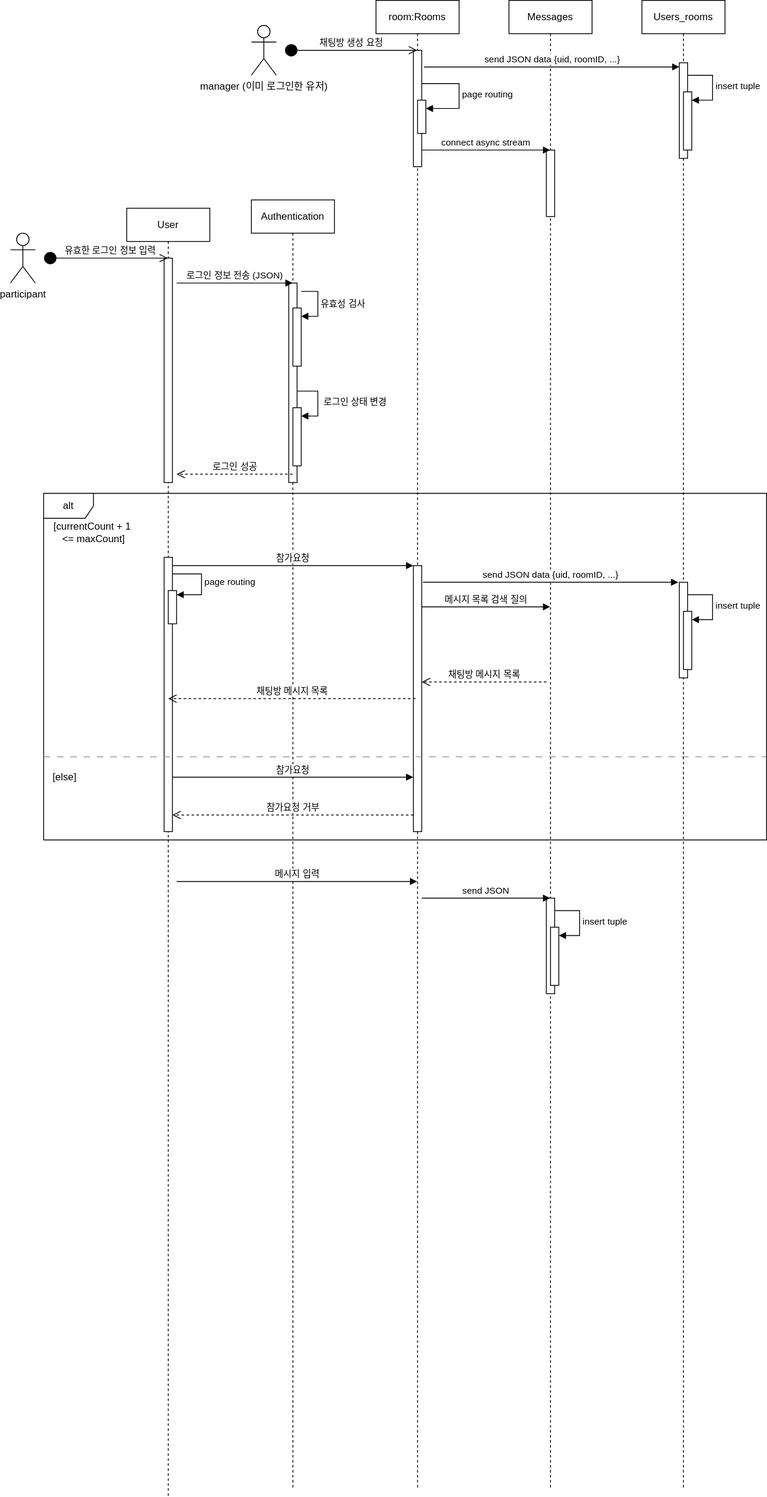
Above: diagrams/sequence_diagram.drawio.svg in RGB234/meeting_app (draw.io), before the change. Source tidied: cells renumbered, new cells last; positions are measured from the earlier drawing's top-left corner, leaving out a move shared by most shapes.
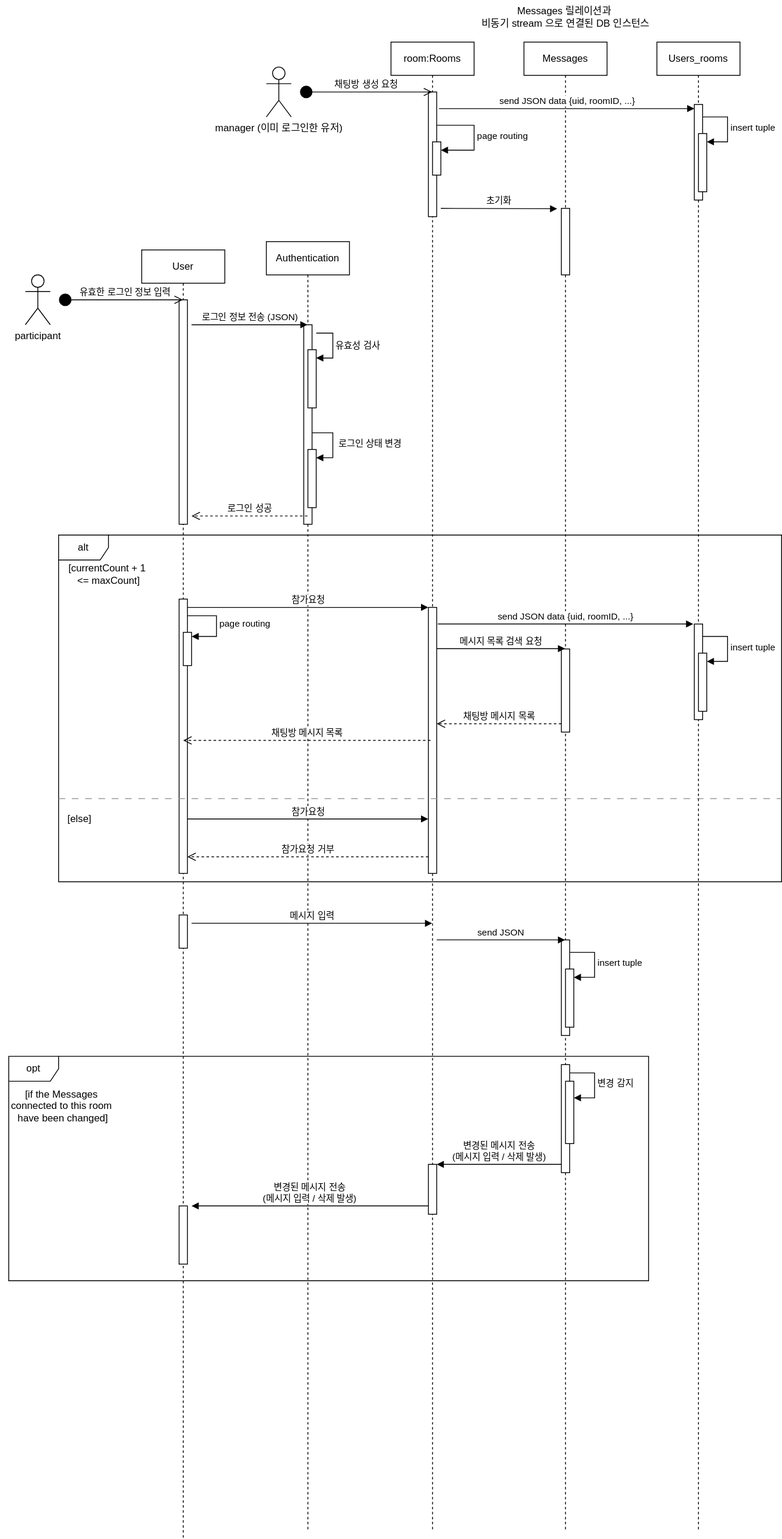
After the commit.

What changed in the source:
```diff
@@ -11,6 +11,9 @@
     <mxCell id="4" style="html=1;perimeter=orthogonalPerimeter;targetShapes=umlLifeline;newEdgeStyle={&quot;curved&quot;:0,&quot;rounded&quot;:0};" parent="2" vertex="1">
       <mxGeometry x="45" y="60" width="10" height="270" as="geometry" />
     </mxCell>
+    <mxCell id="51" style="html=1;perimeter=orthogonalPerimeter;targetShapes=umlLifeline;newEdgeStyle={&quot;curved&quot;:0,&quot;rounded&quot;:0};" parent="2" vertex="1">
+      <mxGeometry x="45" y="800" width="10" height="40" as="geometry" />
+    </mxCell>
     <mxCell id="5" value="유효한 로그인 정보 입력" style="html=1;verticalAlign=bottom;startArrow=circle;startFill=1;endArrow=open;startSize=6;endSize=8;curved=0;rounded=0;" parent="1" edge="1" target="2">
       <mxGeometry x="0.07" relative="1" as="geometry">
         <mxPoint x="40" y="310" as="sourcePoint" />
@@ -62,7 +65,7 @@
       <mxGeometry x="45" y="680" width="10" height="320" as="geometry" />
     </mxCell>
     <mxCell id="16" style="html=1;perimeter=orthogonalPerimeter;targetShapes=umlLifeline;newEdgeStyle={&quot;curved&quot;:0,&quot;rounded&quot;:0};" parent="14" vertex="1">
-      <mxGeometry x="45" y="60" width="10" height="140" as="geometry" />
+      <mxGeometry x="45" y="60" width="10" height="150" as="geometry" />
     </mxCell>
     <mxCell id="17" style="html=1;points=[[0,0,0,0,5],[0,1,0,0,-5],[1,0,0,0,5],[1,1,0,0,-5]];perimeter=orthogonalPerimeter;outlineConnect=0;targetShapes=umlLifeline;portConstraint=eastwest;newEdgeStyle={&quot;curved&quot;:0,&quot;rounded&quot;:0};" parent="14" vertex="1">
       <mxGeometry x="50" y="120" width="10" height="40" as="geometry" />
@@ -91,9 +94,6 @@
     <mxCell id="21" value="Messages" style="shape=umlLifeline;perimeter=lifelinePerimeter;whiteSpace=wrap;html=1;outlineConnect=0;portConstraint=eastwest;newEdgeStyle={&quot;curved&quot;:0,&quot;rounded&quot;:0};" parent="1" vertex="1">
       <mxGeometry x="600" width="100" height="1790" as="geometry" />
     </mxCell>
-    <mxCell id="22" style="html=1;perimeter=orthogonalPerimeter;targetShapes=umlLifeline;newEdgeStyle={&quot;curved&quot;:0,&quot;rounded&quot;:0};" parent="21" vertex="1">
-      <mxGeometry x="45" y="180" width="10" height="80" as="geometry" />
-    </mxCell>
     <mxCell id="23" style="html=1;perimeter=orthogonalPerimeter;targetShapes=umlLifeline;newEdgeStyle={&quot;curved&quot;:0,&quot;rounded&quot;:0};" parent="21" vertex="1">
       <mxGeometry x="45" y="1080" width="10" height="115" as="geometry" />
     </mxCell>
@@ -108,12 +108,12 @@
         </Array>
       </mxGeometry>
     </mxCell>
-    <mxCell id="26" value="connect async stream" style="html=1;verticalAlign=bottom;endArrow=block;curved=0;rounded=0;" parent="1" edge="1">
-      <mxGeometry relative="1" as="geometry">
-        <mxPoint x="495" y="180" as="sourcePoint" />
-        <mxPoint x="649.5" y="180" as="targetPoint" />
-      </mxGeometry>
-    </mxCell>
+    <mxCell id="52" style="html=1;perimeter=orthogonalPerimeter;targetShapes=umlLifeline;newEdgeStyle={&quot;curved&quot;:0,&quot;rounded&quot;:0};" parent="21" vertex="1">
+      <mxGeometry x="45" y="730" width="10" height="100" as="geometry" />
+    </mxCell>
+    <mxCell id="53" style="html=1;perimeter=orthogonalPerimeter;targetShapes=umlLifeline;newEdgeStyle={&quot;curved&quot;:0,&quot;rounded&quot;:0};" parent="21" vertex="1">
+      <mxGeometry x="45" y="200" width="10" height="80" as="geometry" />
+    </mxCell>
     <mxCell id="27" value="채팅방 메시지 목록" style="html=1;verticalAlign=bottom;endArrow=open;dashed=1;endSize=8;curved=0;rounded=0;" parent="1" edge="1">
       <mxGeometry relative="1" as="geometry">
         <mxPoint x="645" y="820" as="sourcePoint" />
@@ -222,14 +222,57 @@
         <mxPoint x="803.6" y="700" as="targetPoint" />
       </mxGeometry>
     </mxCell>
-    <mxCell id="50" value="메시지 목록 검색 질의" style="html=1;verticalAlign=bottom;endArrow=block;curved=0;rounded=0;" parent="1" edge="1">
+    <mxCell id="50" value="메시지 목록 검색 요청" style="html=1;verticalAlign=bottom;endArrow=block;curved=0;rounded=0;" parent="1" edge="1">
       <mxGeometry relative="1" as="geometry">
         <mxPoint x="495" y="729.6" as="sourcePoint" />
         <mxPoint x="649.5" y="729.6" as="targetPoint" />
-        <Array as="points">
-          <mxPoint x="600" y="729.6" />
-        </Array>
       </mxGeometry>
     </mxCell>
+    <mxCell id="54" value="opt" style="shape=umlFrame;whiteSpace=wrap;html=1;" parent="1" vertex="1">
+      <mxGeometry x="-20" y="1220" width="770" height="270" as="geometry" />
+    </mxCell>
+    <mxCell id="55" value="[if the Messages&amp;nbsp;&lt;div&gt;connected to this room&amp;nbsp;&lt;div&gt;have been changed&lt;span style=&quot;background-color: initial;&quot;&gt;]&lt;/span&gt;&lt;/div&gt;&lt;/div&gt;" style="text;html=1;align=center;verticalAlign=middle;strokeColor=none;fillColor=none;" parent="1" vertex="1">
+      <mxGeometry x="-30" y="1250" width="150" height="60" as="geometry" />
+    </mxCell>
+    <mxCell id="56" value="변경된 메시지 전송&lt;div&gt;(메시지 입력 / 삭제 발생)&lt;/div&gt;" style="html=1;verticalAlign=bottom;endArrow=block;curved=0;rounded=0;" parent="1" edge="1" target="63">
+      <mxGeometry relative="1" as="geometry">
+        <mxPoint x="645" y="1350" as="sourcePoint" />
+      </mxGeometry>
+    </mxCell>
+    <mxCell id="57" style="html=1;perimeter=orthogonalPerimeter;targetShapes=umlLifeline;newEdgeStyle={&quot;curved&quot;:0,&quot;rounded&quot;:0};" parent="1" vertex="1">
+      <mxGeometry x="645" y="1230" width="10" height="130" as="geometry" />
+    </mxCell>
+    <mxCell id="58" style="html=1;perimeter=orthogonalPerimeter;targetShapes=umlLifeline;newEdgeStyle={&quot;curved&quot;:0,&quot;rounded&quot;:0};" parent="1" vertex="1">
+      <mxGeometry x="650" y="1250" width="10" height="75" as="geometry" />
+    </mxCell>
+    <mxCell id="59" value="변경 감지" style="html=1;align=left;spacingLeft=2;endArrow=block;rounded=0;edgeStyle=orthogonalEdgeStyle;curved=0;rounded=0;" parent="1" edge="1">
+      <mxGeometry relative="1" as="geometry">
+        <mxPoint x="655" y="1240" as="sourcePoint" />
+        <mxPoint x="660" y="1270" as="targetPoint" />
+        <Array as="points">
+          <mxPoint x="685" y="1270" />
+        </Array>
+      </mxGeometry>
+    </mxCell>
+    <mxCell id="60" value="Messages 릴레이션과&amp;nbsp;&lt;div&gt;비동기 stream 으로 연결된&amp;nbsp;&lt;span style=&quot;background-color: initial;&quot;&gt;DB 인스턴스&lt;/span&gt;&lt;/div&gt;" style="text;html=1;align=center;verticalAlign=middle;strokeColor=none;fillColor=none;" parent="1" vertex="1">
+      <mxGeometry x="530" y="-50" width="240" height="40" as="geometry" />
+    </mxCell>
+    <mxCell id="61" value="초기화" style="html=1;verticalAlign=bottom;endArrow=block;curved=0;rounded=0;entryX=0.4;entryY=0.112;entryDx=0;entryDy=0;entryPerimeter=0;" parent="1" edge="1" target="21">
+      <mxGeometry relative="1" as="geometry">
+        <mxPoint x="500" y="200" as="sourcePoint" />
+      </mxGeometry>
+    </mxCell>
+    <mxCell id="62" value="변경된 메시지 전송&lt;div&gt;(메시지 입력 / 삭제 발생)&lt;/div&gt;" style="html=1;verticalAlign=bottom;endArrow=block;curved=0;rounded=0;" parent="1" edge="1">
+      <mxGeometry relative="1" as="geometry">
+        <mxPoint x="485" y="1400" as="sourcePoint" />
+        <mxPoint x="200" y="1400" as="targetPoint" />
+      </mxGeometry>
+    </mxCell>
+    <mxCell id="63" style="html=1;points=[[0,0,0,0,5],[0,1,0,0,-5],[1,0,0,0,5],[1,1,0,0,-5]];perimeter=orthogonalPerimeter;outlineConnect=0;targetShapes=umlLifeline;portConstraint=eastwest;newEdgeStyle={&quot;curved&quot;:0,&quot;rounded&quot;:0};" parent="1" vertex="1">
+      <mxGeometry x="485" y="1350" width="10" height="60" as="geometry" />
+    </mxCell>
+    <mxCell id="64" style="html=1;perimeter=orthogonalPerimeter;targetShapes=umlLifeline;newEdgeStyle={&quot;curved&quot;:0,&quot;rounded&quot;:0};" parent="1" vertex="1">
+      <mxGeometry x="185" y="1400" width="10" height="70" as="geometry" />
+    </mxCell>
   </root>
 </mxGraphModel>
```
